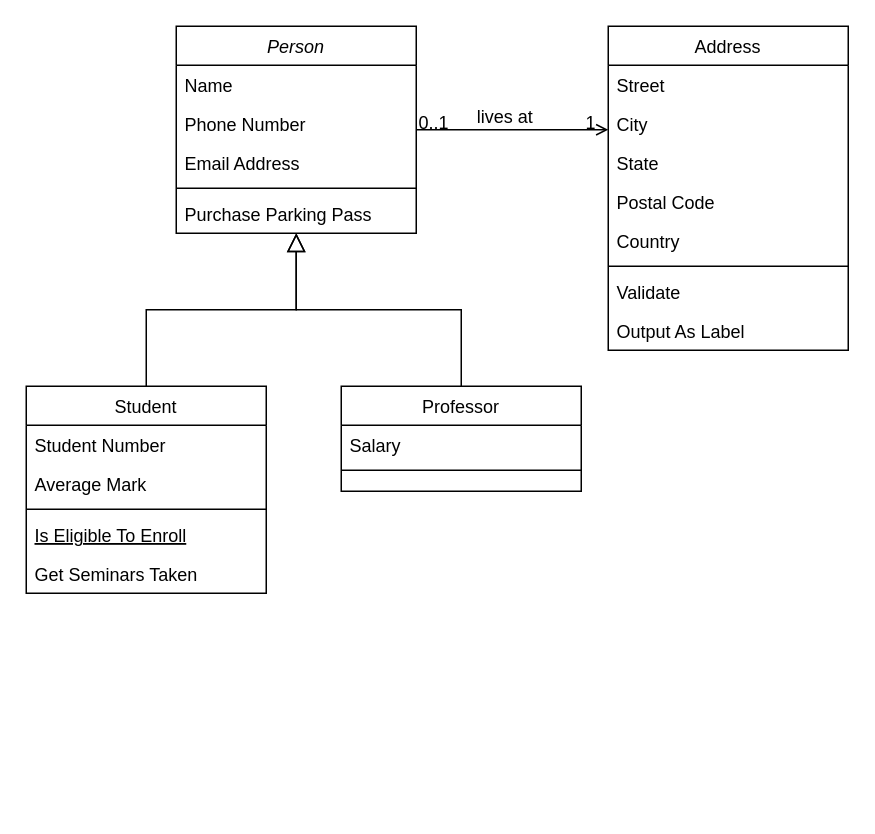
zhao943018529/visdocs keeps this draw.io diagram as 未命名绘图.drawio. Above is the earlier version. Source tidied: cells renumbered, new cells numbered last; positions are measured from the earlier drawing's top-left corner, leaving out a move shared by most shapes. Both pictures are drawn from the tidied source at 150%, with x=0, y=0 at pixel (26, 26).
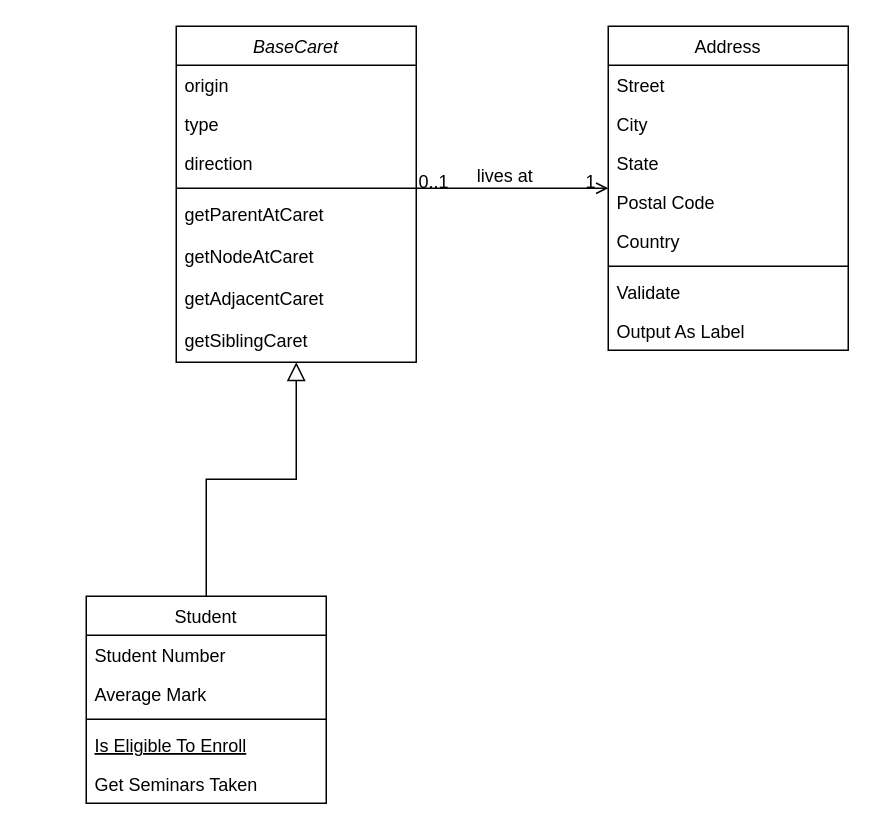
The same diagram, later.

The edit, as a diff of the source:
```diff
@@
-    <mxCell id="2" value="Person" style="swimlane;fontStyle=2;align=center;verticalAlign=top;horizontal=1;startSize=26;rounded=0;shadow=0;strokeWidth=1;" parent="1" vertex="1">
-      <mxGeometry x="100" width="160" height="138" as="geometry" />
+    <mxCell id="2" value="BaseCaret" style="swimlane;fontStyle=2;align=center;verticalAlign=top;horizontal=1;startSize=26;rounded=0;shadow=0;strokeWidth=1;" parent="1" vertex="1">
+      <mxGeometry x="100" width="160" height="224" as="geometry" />
     </mxCell>
-    <mxCell id="3" value="Name" style="text;align=left;verticalAlign=top;spacingLeft=4;spacingRight=4;overflow=hidden;" parent="2" vertex="1">
+    <mxCell id="3" value="origin" style="text;align=left;verticalAlign=top;spacingLeft=4;spacingRight=4;overflow=hidden;" parent="2" vertex="1">
       <mxGeometry y="26" width="160" height="26" as="geometry" />
     </mxCell>
-    <mxCell id="4" value="Phone Number" style="text;align=left;verticalAlign=top;spacingLeft=4;spacingRight=4;overflow=hidden;rounded=0;shadow=0;html=0;" parent="2" vertex="1">
+    <mxCell id="4" value="type" style="text;align=left;verticalAlign=top;spacingLeft=4;spacingRight=4;overflow=hidden;rounded=0;shadow=0;html=0;" parent="2" vertex="1">
       <mxGeometry y="52" width="160" height="26" as="geometry" />
     </mxCell>
-    <mxCell id="5" value="Email Address" style="text;align=left;verticalAlign=top;spacingLeft=4;spacingRight=4;overflow=hidden;rounded=0;shadow=0;html=0;" parent="2" vertex="1">
+    <mxCell id="5" value="direction" style="text;align=left;verticalAlign=top;spacingLeft=4;spacingRight=4;overflow=hidden;rounded=0;shadow=0;html=0;" parent="2" vertex="1">
       <mxGeometry y="78" width="160" height="26" as="geometry" />
     </mxCell>
@@
+    <mxCell id="32" value="getParentAtCaret" style="text;align=left;verticalAlign=top;spacingLeft=4;spacingRight=4;overflow=hidden;" parent="2" vertex="1">
+      <mxGeometry y="112" width="160" height="28" as="geometry" />
+    </mxCell>
+    <mxCell id="33" value="getNodeAtCaret" style="text;align=left;verticalAlign=top;spacingLeft=4;spacingRight=4;overflow=hidden;" parent="2" vertex="1">
+      <mxGeometry y="140" width="160" height="28" as="geometry" />
+    </mxCell>
+    <mxCell id="34" value="getAdjacentCaret" style="text;align=left;verticalAlign=top;spacingLeft=4;spacingRight=4;overflow=hidden;" parent="2" vertex="1">
+      <mxGeometry y="168" width="160" height="28" as="geometry" />
+    </mxCell>
-    <mxCell id="7" value="Purchase Parking Pass" style="text;align=left;verticalAlign=top;spacingLeft=4;spacingRight=4;overflow=hidden;" parent="2" vertex="1">
-      <mxGeometry y="112" width="160" height="26" as="geometry" />
+    <mxCell id="7" value="getSiblingCaret" style="text;align=left;verticalAlign=top;spacingLeft=4;spacingRight=4;overflow=hidden;" parent="2" vertex="1">
+      <mxGeometry y="196" width="160" height="28" as="geometry" />
     </mxCell>
     <mxCell id="8" value="Student" style="swimlane;fontStyle=0;align=center;verticalAlign=top;horizontal=1;startSize=26;rounded=0;shadow=0;strokeWidth=1;" parent="1" vertex="1">
-      <mxGeometry y="240" width="160" height="138" as="geometry" />
+      <mxGeometry x="40" y="380" width="160" height="138" as="geometry" />
     </mxCell>
@@
-    <mxCell id="15" value="Professor" style="swimlane;fontStyle=0;align=center;verticalAlign=top;horizontal=1;startSize=26;rounded=0;shadow=0;strokeWidth=1;" parent="1" vertex="1">
-      <mxGeometry x="210" y="240" width="160" height="70" as="geometry" />
-    </mxCell>
-    <mxCell id="16" value="Salary" style="text;align=left;verticalAlign=top;spacingLeft=4;spacingRight=4;overflow=hidden;" parent="15" vertex="1">
-      <mxGeometry y="26" width="160" height="26" as="geometry" />
-    </mxCell>
-    <mxCell id="17" style="line;html=1;strokeWidth=1;align=left;verticalAlign=middle;spacingTop=-1;spacingLeft=3;spacingRight=3;labelPosition=right;" parent="15" vertex="1">
-      <mxGeometry y="52" width="160" height="8" as="geometry" />
-    </mxCell>
-    <mxCell id="18" style="endArrow=block;endSize=10;endFill=0;shadow=0;strokeWidth=1;rounded=0;curved=0;edgeStyle=elbowEdgeStyle;elbow=vertical;" parent="1" edge="1" source="15" target="2">
-      <mxGeometry relative="1" as="geometry" />
-    </mxCell>
```
